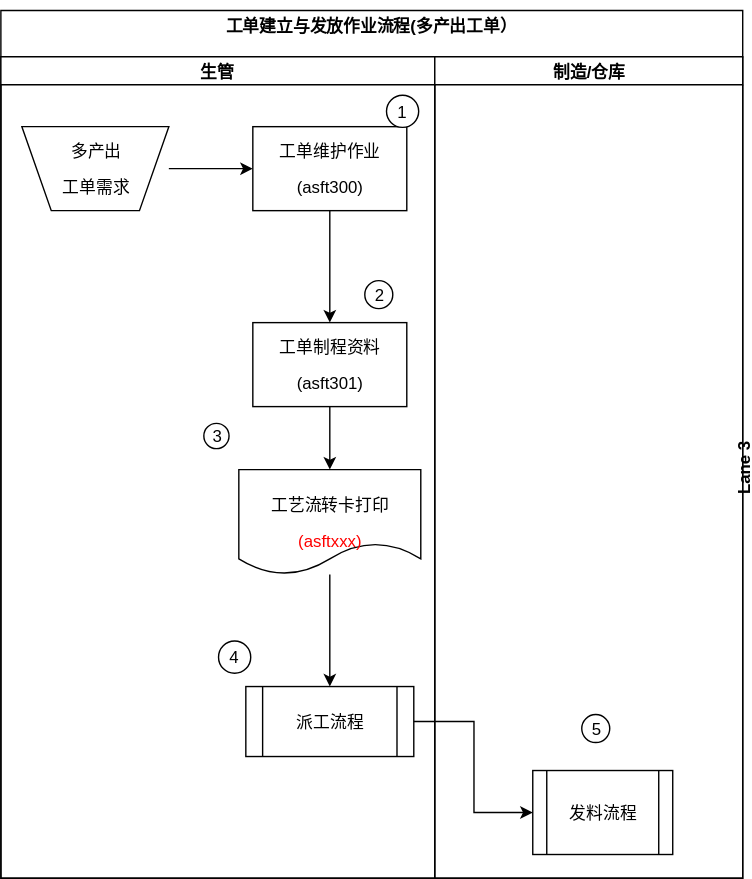
Before: ver01/ASF005.svg, a diagram exported from draw.io (ft2017/sop). Source tidied: cells renumbered, new cells last; positions are measured from the earlier drawing's top-left corner, leaving out a move shared by most shapes. Its diagram source:
```xml
<mxGraphModel background="#ffffff">
  <root>
    <mxCell id="0" />
    <mxCell id="1" parent="0" />
    <mxCell id="2" value="&lt;p align=&quot;center&quot;&gt;&lt;b&gt;&lt;span&gt;工单建立与发放作业流程(多产出工单）&lt;/span&gt;&lt;/b&gt;&lt;/p&gt;&lt;br&gt;" style="swimlane;html=1;startSize=33;" parent="1" vertex="1">
      <mxGeometry width="530" height="620" as="geometry" />
    </mxCell>
    <mxCell id="3" value="生管" style="swimlane;html=1;startSize=20;" parent="2" vertex="1">
      <mxGeometry y="33" width="310" height="587" as="geometry" />
    </mxCell>
    <mxCell id="4" style="edgeStyle=orthogonalEdgeStyle;rounded=0;html=1;jettySize=auto;" parent="3" edge="1" source="5" target="7">
      <mxGeometry relative="1" as="geometry" />
    </mxCell>
    <mxCell id="5" value="&lt;p align=&quot;center&quot;&gt;&lt;span&gt;多产出&lt;/span&gt;&lt;/p&gt;&lt;p align=&quot;center&quot;&gt;&lt;span&gt;工单需求&lt;/span&gt;&lt;/p&gt;" style="shape=trapezoid;whiteSpace=wrap;html=1;flipV=1;" parent="3" vertex="1">
      <mxGeometry x="15" y="50" width="105" height="60" as="geometry" />
    </mxCell>
    <mxCell id="6" style="edgeStyle=orthogonalEdgeStyle;rounded=0;html=1;jettySize=auto;" parent="3" edge="1" source="7" target="9">
      <mxGeometry relative="1" as="geometry" />
    </mxCell>
    <mxCell id="7" value="&lt;p align=&quot;center&quot;&gt;&lt;span&gt;工单维护作业&lt;/span&gt;&lt;/p&gt;&lt;p align=&quot;center&quot;&gt;&lt;span lang=&quot;EN-US&quot;&gt;(asft300)&lt;/span&gt;&lt;/p&gt;" style="whiteSpace=wrap;html=1;" parent="3" vertex="1">
      <mxGeometry x="180" y="50" width="110" height="60" as="geometry" />
    </mxCell>
    <mxCell id="8" style="edgeStyle=orthogonalEdgeStyle;rounded=0;html=1;jettySize=auto;" parent="3" edge="1" source="9" target="11">
      <mxGeometry relative="1" as="geometry" />
    </mxCell>
    <mxCell id="9" value="&lt;p align=&quot;center&quot;&gt;&lt;span&gt;工单制程资料&lt;/span&gt;&lt;/p&gt;&lt;p align=&quot;center&quot;&gt;&lt;span lang=&quot;EN-US&quot;&gt;(asft301)&lt;/span&gt;&lt;/p&gt;" style="whiteSpace=wrap;html=1;" parent="3" vertex="1">
      <mxGeometry x="180" y="190" width="110" height="60" as="geometry" />
    </mxCell>
    <mxCell id="10" style="edgeStyle=orthogonalEdgeStyle;rounded=0;html=1;jettySize=auto;" parent="3" edge="1" source="11" target="12">
      <mxGeometry relative="1" as="geometry" />
    </mxCell>
    <mxCell id="11" value="&lt;p align=&quot;center&quot;&gt;&lt;span&gt;工艺流转卡打印&lt;/span&gt;&lt;/p&gt;&lt;p align=&quot;center&quot;&gt;&lt;span lang=&quot;EN-US&quot;&gt;&lt;font color=&quot;#ff0000&quot;&gt;(asftxxx)&lt;/font&gt;&lt;/span&gt;&lt;/p&gt;" style="shape=document;whiteSpace=wrap;html=1;" parent="3" vertex="1">
      <mxGeometry x="170" y="295" width="130" height="75" as="geometry" />
    </mxCell>
    <mxCell id="12" value="&lt;p align=&quot;center&quot;&gt;&lt;span&gt;派工流程&lt;/span&gt;&lt;/p&gt;" style="shape=process;whiteSpace=wrap;html=1;" parent="3" vertex="1">
      <mxGeometry x="175" y="450" width="120" height="50" as="geometry" />
    </mxCell>
    <mxCell id="13" value="1" style="ellipse;whiteSpace=wrap;html=1;" parent="3" vertex="1">
      <mxGeometry x="275" y="27" width="23" height="23" as="geometry" />
    </mxCell>
    <mxCell id="14" value="2" style="ellipse;whiteSpace=wrap;html=1;" parent="3" vertex="1">
      <mxGeometry x="260" y="160" width="20" height="20" as="geometry" />
    </mxCell>
    <mxCell id="15" value="3" style="ellipse;whiteSpace=wrap;html=1;" parent="3" vertex="1">
      <mxGeometry x="145" y="262" width="18" height="18" as="geometry" />
    </mxCell>
    <mxCell id="16" value="4" style="ellipse;whiteSpace=wrap;html=1;" parent="3" vertex="1">
      <mxGeometry x="155" y="417" width="23" height="23" as="geometry" />
    </mxCell>
    <mxCell id="17" style="edgeStyle=orthogonalEdgeStyle;rounded=0;html=1;exitX=1;exitY=0;entryX=1;entryY=0;jettySize=auto;orthogonalLoop=1;" parent="3" edge="1" source="16" target="16">
      <mxGeometry relative="1" as="geometry" />
    </mxCell>
    <mxCell id="18" value="制造/仓库" style="swimlane;html=1;startSize=20;" parent="2" vertex="1">
      <mxGeometry x="310" y="33" width="220" height="587" as="geometry" />
    </mxCell>
    <mxCell id="19" value="&lt;p align=&quot;center&quot;&gt;&lt;span&gt;发料流程&lt;/span&gt;&lt;/p&gt;" style="shape=process;whiteSpace=wrap;html=1;" parent="18" vertex="1">
      <mxGeometry x="70" y="510" width="100" height="60" as="geometry" />
    </mxCell>
    <mxCell id="20" value="5" style="ellipse;whiteSpace=wrap;html=1;" parent="18" vertex="1">
      <mxGeometry x="105" y="470" width="20" height="20" as="geometry" />
    </mxCell>
    <mxCell id="21" value="Lane 3" style="swimlane;html=1;startSize=20;" parent="2" vertex="1" collapsed="1">
      <mxGeometry x="530" y="33" height="587" as="geometry" />
    </mxCell>
    <mxCell id="22" style="edgeStyle=orthogonalEdgeStyle;rounded=0;html=1;entryX=0;entryY=0.5;jettySize=auto;" parent="2" edge="1" source="12" target="19">
      <mxGeometry relative="1" as="geometry" />
    </mxCell>
  </root>
</mxGraphModel>
```
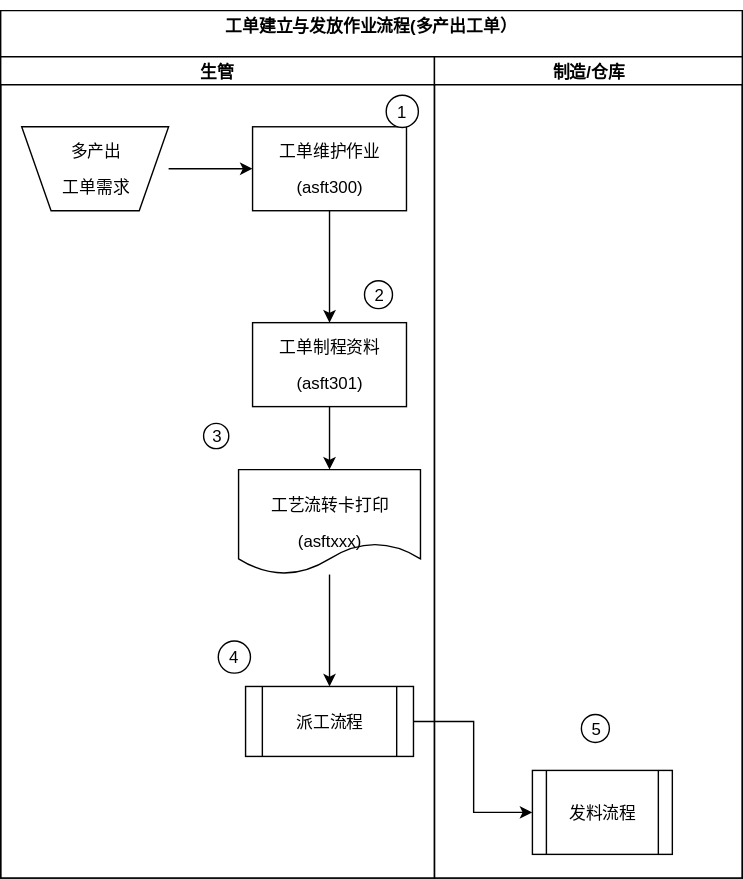
Above is the later version.

The edit, as a diff of the source:
```diff
@@ -29,7 +29,7 @@
     <mxCell id="10" style="edgeStyle=orthogonalEdgeStyle;rounded=0;html=1;jettySize=auto;" parent="3" edge="1" source="11" target="12">
       <mxGeometry relative="1" as="geometry" />
     </mxCell>
-    <mxCell id="11" value="&lt;p align=&quot;center&quot;&gt;&lt;span&gt;工艺流转卡打印&lt;/span&gt;&lt;/p&gt;&lt;p align=&quot;center&quot;&gt;&lt;span lang=&quot;EN-US&quot;&gt;&lt;font color=&quot;#ff0000&quot;&gt;(asftxxx)&lt;/font&gt;&lt;/span&gt;&lt;/p&gt;" style="shape=document;whiteSpace=wrap;html=1;" parent="3" vertex="1">
+    <mxCell id="11" value="&lt;p align=&quot;center&quot;&gt;&lt;span&gt;工艺流转卡打印&lt;/span&gt;&lt;/p&gt;&lt;p align=&quot;center&quot;&gt;&lt;span lang=&quot;EN-US&quot;&gt;(asftxxx)&lt;/span&gt;&lt;/p&gt;" style="shape=document;whiteSpace=wrap;html=1;" parent="3" vertex="1">
       <mxGeometry x="170" y="295" width="130" height="75" as="geometry" />
     </mxCell>
     <mxCell id="12" value="&lt;p align=&quot;center&quot;&gt;&lt;span&gt;派工流程&lt;/span&gt;&lt;/p&gt;" style="shape=process;whiteSpace=wrap;html=1;" parent="3" vertex="1">
@@ -59,7 +59,7 @@
     <mxCell id="20" value="5" style="ellipse;whiteSpace=wrap;html=1;" parent="18" vertex="1">
       <mxGeometry x="105" y="470" width="20" height="20" as="geometry" />
     </mxCell>
-    <mxCell id="21" value="Lane 3" style="swimlane;html=1;startSize=20;" parent="2" vertex="1" collapsed="1">
+    <mxCell id="21" style="swimlane;html=1;startSize=20;" parent="2" vertex="1" collapsed="1">
       <mxGeometry x="530" y="33" height="587" as="geometry" />
     </mxCell>
     <mxCell id="22" style="edgeStyle=orthogonalEdgeStyle;rounded=0;html=1;entryX=0;entryY=0.5;jettySize=auto;" parent="2" edge="1" source="12" target="19">
```
